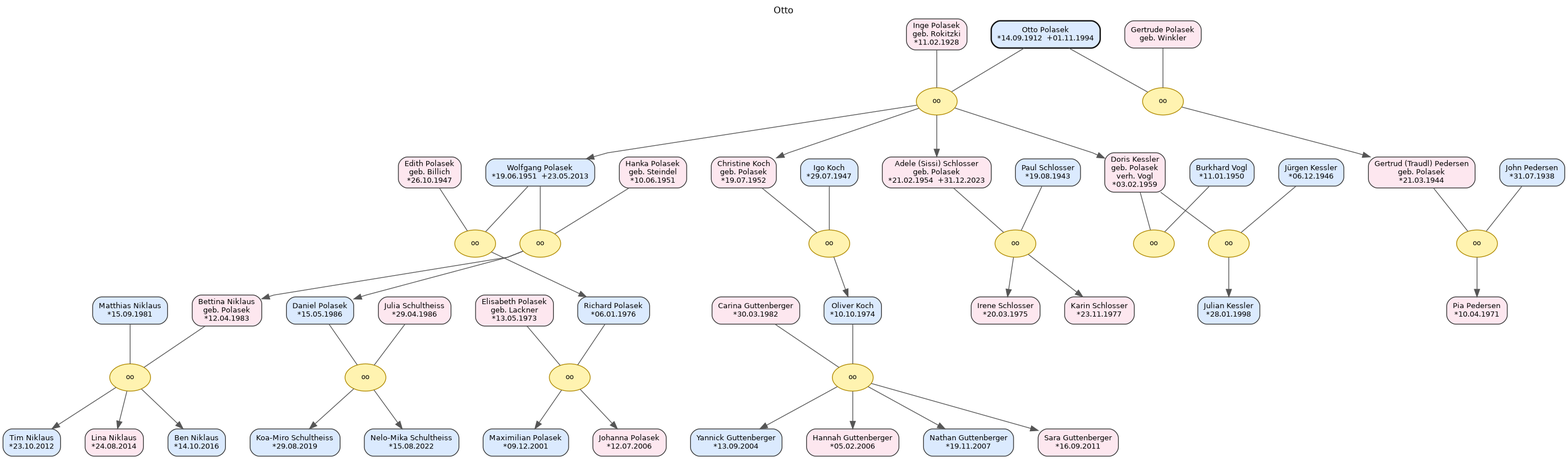
Konfusius16/Ahnentafel-Polasek keeps this Graphviz diagram as Otto_0_10.png. Above is the earlier version. Its source is kept beside it as Otto_0_10.dot.
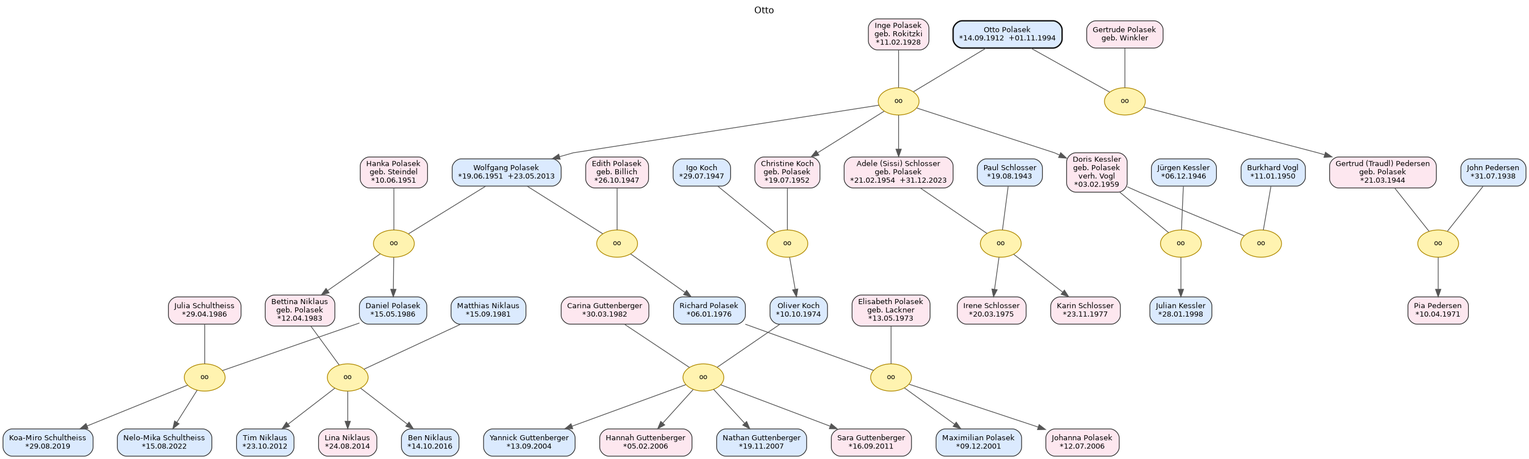
Later version of the same file.

Change to the diagram source:
```diff
@@ -3,229 +3,122 @@
 	graph [fontname="DejaVu Sans" fontsize=12 label=Otto labelloc=t]
 	node [color="#333333" fontname="DejaVu Sans" fontsize=10 shape=box style="rounded,filled"]
 	edge [color="#555555" fontname="DejaVu Sans"]
-	g2p16 [label="Nelo-Mika Schultheiss
-*15.08.2022" fillcolor="#dbeafe" id=P_g2p16]
-	pol16 [label="Christine Koch
+	g3p04 [label="Carina Guttenberger
+*30.03.1982" fillcolor="#fde7ef" id=P_g3p04]
+	polS06 [label="Igo Koch
+*29.07.1947" fillcolor="#dbeafe" id=P_polS06]
+	pol24 [label="Karin Schlosser
+*23.11.1977" fillcolor="#fde7ef" id=P_pol24]
+	g2p09 [label="Johanna Polasek
+*12.07.2006" fillcolor="#fde7ef" id=P_g2p09]
+	g3p07 [label="Nathan Guttenberger
+*19.11.2007" fillcolor="#dbeafe" id=P_g3p07]
+	pol23 [label="Irene Schlosser
+*20.03.1975" fillcolor="#fde7ef" id=P_pol23]
+	polS05 [label="Hanka Polasek
+geb. Steindel
+*10.06.1951" fillcolor="#fde7ef" id=P_polS05]
+	pol19 [label="Richard Polasek
+*06.01.1976" fillcolor="#dbeafe" id=P_pol19]
+	pol11 [label="Otto Polasek
+*14.09.1912  +01.11.1994" color="#111111" fillcolor="#dbeafe" id=P_pol11 penwidth=1.8]
+	g2p08 [label="Maximilian Polasek
+*09.12.2001" fillcolor="#dbeafe" id=P_g2p08]
+	pol14 [label="Gertrud (Traudl) Pedersen
 geb. Polasek
-*19.07.1952" fillcolor="#fde7ef" id=P_pol16]
+*21.03.1944" fillcolor="#fde7ef" id=P_pol14]
+	g2p13 [label="Ben Niklaus
+*14.10.2016" fillcolor="#dbeafe" id=P_g2p13]
 	pol21 [label="Daniel Polasek
 *15.05.1986" fillcolor="#dbeafe" id=P_pol21]
-	ped02 [label="Pia Pedersen
-*10.04.1971" fillcolor="#fde7ef" id=P_ped02]
+	g2p11 [label="Tim Niklaus
+*23.10.2012" fillcolor="#dbeafe" id=P_g2p11]
+	g2p07 [label="Elisabeth Polasek
+geb. Lackner
+*13.05.1973" fillcolor="#fde7ef" id=P_g2p07]
+	ped01 [label="John Pedersen
+*31.07.1938" fillcolor="#dbeafe" id=P_ped01]
+	polS03 [label="Inge Polasek
+geb. Rokitzki
+*11.02.1928" fillcolor="#fde7ef" id=P_polS03]
+	g3p06 [label="Hannah Guttenberger
+*05.02.2006" fillcolor="#fde7ef" id=P_g3p06]
+	pol25 [label="Julian Kessler
+*28.01.1998" fillcolor="#dbeafe" id=P_pol25]
 	pol20 [label="Bettina Niklaus
 geb. Polasek
 *12.04.1983" fillcolor="#fde7ef" id=P_pol20]
-	pol23 [label="Irene Schlosser
-*20.03.1975" fillcolor="#fde7ef" id=P_pol23]
-	g2p11 [label="Tim Niklaus
-*23.10.2012" fillcolor="#dbeafe" id=P_g2p11]
-	pol15 [label="Wolfgang Polasek
-*19.06.1951  +23.05.2013" fillcolor="#dbeafe" id=P_pol15]
-	polS07 [label="Paul Schlosser
-*19.08.1943" fillcolor="#dbeafe" id=P_polS07]
-	pol24 [label="Karin Schlosser
-*23.11.1977" fillcolor="#fde7ef" id=P_pol24]
+	g2p10 [label="Matthias Niklaus
+*15.09.1981" fillcolor="#dbeafe" id=P_g2p10]
+	g2p16 [label="Nelo-Mika Schultheiss
+*15.08.2022" fillcolor="#dbeafe" id=P_g2p16]
+	polS08 [label="Burkhard Vogl
+*11.01.1950" fillcolor="#dbeafe" id=P_polS08]
+	polS09 [label="Jürgen Kessler
+*06.12.1946" fillcolor="#dbeafe" id=P_polS09]
 	g2p14 [label="Julia Schultheiss
 *29.04.1986" fillcolor="#fde7ef" id=P_g2p14]
-	g2p08 [label="Maximilian Polasek
-*09.12.2001" fillcolor="#dbeafe" id=P_g2p08]
-	polS03 [label="Inge Polasek
-geb. Rokitzki
-*11.02.1928" fillcolor="#fde7ef" id=P_polS03]
-	g2p13 [label="Ben Niklaus
-*14.10.2016" fillcolor="#dbeafe" id=P_g2p13]
-	polS02 [label="Gertrude Polasek
-geb. Winkler" fillcolor="#fde7ef" id=P_polS02]
-	polS06 [label="Igo Koch
-*29.07.1947" fillcolor="#dbeafe" id=P_polS06]
-	pol19 [label="Richard Polasek
-*06.01.1976" fillcolor="#dbeafe" id=P_pol19]
-	g3p07 [label="Nathan Guttenberger
-*19.11.2007" fillcolor="#dbeafe" id=P_g3p07]
-	polS09 [label="Jürgen Kessler
-*06.12.1946" fillcolor="#dbeafe" id=P_polS09]
-	pol14 [label="Gertrud (Traudl) Pedersen
-geb. Polasek
-*21.03.1944" fillcolor="#fde7ef" id=P_pol14]
-	pol25 [label="Julian Kessler
-*28.01.1998" fillcolor="#dbeafe" id=P_pol25]
-	g2p09 [label="Johanna Polasek
-*12.07.2006" fillcolor="#fde7ef" id=P_g2p09]
-	g2p15 [label="Koa-Miro Schultheiss
-*29.08.2019" fillcolor="#dbeafe" id=P_g2p15]
+	ped02 [label="Pia Pedersen
+*10.04.1971" fillcolor="#fde7ef" id=P_ped02]
 	g2p12 [label="Lina Niklaus
 *24.08.2014" fillcolor="#fde7ef" id=P_g2p12]
-	polS04 [label="Edith Polasek
-geb. Billich
-*26.10.1947" fillcolor="#fde7ef" id=P_polS04]
-	pol22 [label="Oliver Koch
-*10.10.1974" fillcolor="#dbeafe" id=P_pol22]
-	g3p05 [label="Yannick Guttenberger
-*13.09.2004" fillcolor="#dbeafe" id=P_g3p05]
-	g2p10 [label="Matthias Niklaus
-*15.09.1981" fillcolor="#dbeafe" id=P_g2p10]
-	ped01 [label="John Pedersen
-*31.07.1938" fillcolor="#dbeafe" id=P_ped01]
 	pol18 [label="Doris Kessler
 geb. Polasek
 verh. Vogl
 *03.02.1959" fillcolor="#fde7ef" id=P_pol18]
-	g3p06 [label="Hannah Guttenberger
-*05.02.2006" fillcolor="#fde7ef" id=P_g3p06]
-	pol11 [label="Otto Polasek
-*14.09.1912  +01.11.1994" color="#111111" fillcolor="#dbeafe" id=P_pol11 penwidth=1.8]
-	g3p04 [label="Carina Guttenberger
-*30.03.1982" fillcolor="#fde7ef" id=P_g3p04]
 	pol17 [label="Adele (Sissi) Schlosser
 geb. Polasek
 *21.02.1954  +31.12.2023" fillcolor="#fde7ef" id=P_pol17]
-	polS08 [label="Burkhard Vogl
-*11.01.1950" fillcolor="#dbeafe" id=P_polS08]
-	g2p07 [label="Elisabeth Polasek
-geb. Lackner
-*13.05.1973" fillcolor="#fde7ef" id=P_g2p07]
-	polS05 [label="Hanka Polasek
-geb. Steindel
-*10.06.1951" fillcolor="#fde7ef" id=P_polS05]
+	g3p05 [label="Yannick Guttenberger
+*13.09.2004" fillcolor="#dbeafe" id=P_g3p05]
+	polS04 [label="Edith Polasek
+geb. Billich
+*26.10.1947" fillcolor="#fde7ef" id=P_polS04]
 	g3p08 [label="Sara Guttenberger
 *16.09.2011" fillcolor="#fde7ef" id=P_g3p08]
-	M_g3F2 [label=oo color="#b08900" fillcolor="#fff3b0" fontsize=9 id=M_g3F2 shape=ellipse style=filled]
-	subgraph rank_g3F2 {
-		rank=same
-		pol22
-		g3p04
-	}
-	pol22 -> g3p04 [constraint=true minlen=0 style=invis weight=3600]
-	pol22 -> M_g3F2 [dir=none minlen=1 weight=60]
-	g3p04 -> M_g3F2 [dir=none minlen=1 weight=60]
-	subgraph kids_g3F2 {
-		rank=same
-		g3p05
-		g3p06
-		g3p07
-		g3p08
-	}
-	M_g3F2 -> g3p05
-	M_g3F2 -> g3p06
-	M_g3F2 -> g3p07
-	M_g3F2 -> g3p08
-	g3p05 -> g3p06 [constraint=true minlen=0 style=invis weight=1400]
-	g3p06 -> g3p07 [constraint=true minlen=0 style=invis weight=1400]
-	g3p07 -> g3p08 [constraint=true minlen=0 style=invis weight=1400]
-	M_polF4 [label=oo color="#b08900" fillcolor="#fff3b0" fontsize=9 id=M_polF4 shape=ellipse style=filled]
-	subgraph rank_polF4 {
+	pol15 [label="Wolfgang Polasek
+*19.06.1951  +23.05.2013" fillcolor="#dbeafe" id=P_pol15]
+	polS02 [label="Gertrude Polasek
+geb. Winkler" fillcolor="#fde7ef" id=P_polS02]
+	g2p15 [label="Koa-Miro Schultheiss
+*29.08.2019" fillcolor="#dbeafe" id=P_g2p15]
+	pol22 [label="Oliver Koch
+*10.10.1974" fillcolor="#dbeafe" id=P_pol22]
+	pol16 [label="Christine Koch
+geb. Polasek
+*19.07.1952" fillcolor="#fde7ef" id=P_pol16]
+	polS07 [label="Paul Schlosser
+*19.08.1943" fillcolor="#dbeafe" id=P_polS07]
+	M_polF5 [label=oo color="#b08900" fillcolor="#fff3b0" fontsize=9 id=M_polF5 shape=ellipse style=filled]
+	subgraph rank_polF5 {
 		rank=same
 		pol15
-		polS04
+		polS05
 	}
-	pol15 -> polS04 [constraint=true minlen=0 style=invis weight=3600]
-	pol15 -> M_polF4 [dir=none minlen=1 weight=60]
-	polS04 -> M_polF4 [dir=none minlen=1 weight=60]
-	subgraph kids_polF4 {
+	pol15 -> polS05 [constraint=true minlen=0 style=invis weight=3600]
+	pol15 -> M_polF5 [dir=none minlen=1 weight=60]
+	polS05 -> M_polF5 [dir=none minlen=1 weight=60]
+	subgraph kids_polF5 {
 		rank=same
-		pol19
+		pol20
+		pol21
 	}
-	M_polF4 -> pol19
-	subgraph pair_pol19 {
+	M_polF5 -> pol20
+	M_polF5 -> pol21
+	pol20 -> pol21 [constraint=true minlen=0 style=invis weight=1400]
+	subgraph pair_pol20 {
 		rank=same
-		pol19
-		g2p07
+		pol20
+		g2p10
 	}
-	pol19 -> g2p07 [constraint=true minlen=0 style=invis weight=2600]
-	M_g2F3 [label=oo color="#b08900" fillcolor="#fff3b0" fontsize=9 id=M_g2F3 shape=ellipse style=filled]
-	subgraph rank_g2F3 {
-		rank=same
-		pol19
-		g2p07
-	}
-	pol19 -> g2p07 [constraint=true minlen=0 style=invis weight=3600]
-	pol19 -> M_g2F3 [dir=none minlen=1 weight=60]
-	g2p07 -> M_g2F3 [dir=none minlen=1 weight=60]
-	subgraph kids_g2F3 {
-		rank=same
-		g2p08
-		g2p09
-	}
-	M_g2F3 -> g2p08
-	M_g2F3 -> g2p09
-	g2p08 -> g2p09 [constraint=true minlen=0 style=invis weight=1400]
-	M_g2F5 [label=oo color="#b08900" fillcolor="#fff3b0" fontsize=9 id=M_g2F5 shape=ellipse style=filled]
-	subgraph rank_g2F5 {
+	g2p10 -> pol20 [constraint=true minlen=0 style=invis weight=2600]
+	pol20 -> pol21 [constraint=true minlen=0 style=invis weight=2000]
+	subgraph pair_pol21 {
 		rank=same
 		pol21
 		g2p14
 	}
-	pol21 -> g2p14 [constraint=true minlen=0 style=invis weight=3600]
-	pol21 -> M_g2F5 [dir=none minlen=1 weight=60]
-	g2p14 -> M_g2F5 [dir=none minlen=1 weight=60]
-	subgraph kids_g2F5 {
-		rank=same
-		g2p15
-		g2p16
-	}
-	M_g2F5 -> g2p15
-	M_g2F5 -> g2p16
-	g2p15 -> g2p16 [constraint=true minlen=0 style=invis weight=1400]
-	M_polF6 [label=oo color="#b08900" fillcolor="#fff3b0" fontsize=9 id=M_polF6 shape=ellipse style=filled]
-	subgraph rank_polF6 {
-		rank=same
-		polS06
-		pol16
-	}
-	polS06 -> pol16 [constraint=true minlen=0 style=invis weight=3600]
-	polS06 -> M_polF6 [dir=none minlen=1 weight=60]
-	pol16 -> M_polF6 [dir=none minlen=1 weight=60]
-	subgraph kids_polF6 {
-		rank=same
-		pol22
-	}
-	M_polF6 -> pol22
-	subgraph pair_pol22 {
-		rank=same
-		pol22
-		g3p04
-	}
-	pol22 -> g3p04 [constraint=true minlen=0 style=invis weight=2600]
-	M_polF9 [label=oo color="#b08900" fillcolor="#fff3b0" fontsize=9 id=M_polF9 shape=ellipse style=filled]
-	subgraph rank_polF9 {
-		rank=same
-		polS09
-		pol18
-	}
-	polS09 -> pol18 [constraint=true minlen=0 style=invis weight=3600]
-	polS09 -> M_polF9 [dir=none minlen=1 weight=60]
-	pol18 -> M_polF9 [dir=none minlen=1 weight=60]
-	subgraph kids_polF9 {
-		rank=same
-		pol25
-	}
-	M_polF9 -> pol25
-	M_polF7 [label=oo color="#b08900" fillcolor="#fff3b0" fontsize=9 id=M_polF7 shape=ellipse style=filled]
-	subgraph rank_polF7 {
-		rank=same
-		polS07
-		pol17
-	}
-	polS07 -> pol17 [constraint=true minlen=0 style=invis weight=3600]
-	polS07 -> M_polF7 [dir=none minlen=1 weight=60]
-	pol17 -> M_polF7 [dir=none minlen=1 weight=60]
-	subgraph kids_polF7 {
-		rank=same
-		pol23
-		pol24
-	}
-	M_polF7 -> pol23
-	M_polF7 -> pol24
-	pol23 -> pol24 [constraint=true minlen=0 style=invis weight=1400]
-	M_polF8 [label=oo color="#b08900" fillcolor="#fff3b0" fontsize=9 id=M_polF8 shape=ellipse style=filled]
-	subgraph rank_polF8 {
-		rank=same
-		polS08
-		pol18
-	}
-	polS08 -> pol18 [constraint=true minlen=0 style=invis weight=3600]
-	polS08 -> M_polF8 [dir=none minlen=1 weight=60]
-	pol18 -> M_polF8 [dir=none minlen=1 weight=60]
+	pol21 -> g2p14 [constraint=true minlen=0 style=invis weight=2600]
 	M_polF3 [label=oo color="#b08900" fillcolor="#fff3b0" fontsize=9 id=M_polF3 shape=ellipse style=filled]
 	subgraph rank_polF3 {
 		rank=same
@@ -276,36 +169,23 @@
 		polS08
 	}
 	polS08 -> pol18 [constraint=true minlen=0 style=invis weight=2600]
-	M_polF5 [label=oo color="#b08900" fillcolor="#fff3b0" fontsize=9 id=M_polF5 shape=ellipse style=filled]
-	subgraph rank_polF5 {
-		rank=same
-		pol15
-		polS05
-	}
-	pol15 -> polS05 [constraint=true minlen=0 style=invis weight=3600]
-	pol15 -> M_polF5 [dir=none minlen=1 weight=60]
-	polS05 -> M_polF5 [dir=none minlen=1 weight=60]
-	subgraph kids_polF5 {
-		rank=same
-		pol20
-		pol21
-	}
-	M_polF5 -> pol20
-	M_polF5 -> pol21
-	pol20 -> pol21 [constraint=true minlen=0 style=invis weight=1400]
-	subgraph pair_pol20 {
-		rank=same
-		pol20
-		g2p10
-	}
-	g2p10 -> pol20 [constraint=true minlen=0 style=invis weight=2600]
-	pol20 -> pol21 [constraint=true minlen=0 style=invis weight=2000]
-	subgraph pair_pol21 {
+	M_g2F5 [label=oo color="#b08900" fillcolor="#fff3b0" fontsize=9 id=M_g2F5 shape=ellipse style=filled]
+	subgraph rank_g2F5 {
 		rank=same
 		pol21
 		g2p14
 	}
-	pol21 -> g2p14 [constraint=true minlen=0 style=invis weight=2600]
+	pol21 -> g2p14 [constraint=true minlen=0 style=invis weight=3600]
+	pol21 -> M_g2F5 [dir=none minlen=1 weight=60]
+	g2p14 -> M_g2F5 [dir=none minlen=1 weight=60]
+	subgraph kids_g2F5 {
+		rank=same
+		g2p15
+		g2p16
+	}
+	M_g2F5 -> g2p15
+	M_g2F5 -> g2p16
+	g2p15 -> g2p16 [constraint=true minlen=0 style=invis weight=1400]
 	M_polF2 [label=oo color="#b08900" fillcolor="#fff3b0" fontsize=9 id=M_polF2 shape=ellipse style=filled]
 	subgraph rank_polF2 {
 		rank=same
@@ -326,6 +206,69 @@
 		ped01
 	}
 	ped01 -> pol14 [constraint=true minlen=0 style=invis weight=2600]
+	M_g3F2 [label=oo color="#b08900" fillcolor="#fff3b0" fontsize=9 id=M_g3F2 shape=ellipse style=filled]
+	subgraph rank_g3F2 {
+		rank=same
+		pol22
+		g3p04
+	}
+	pol22 -> g3p04 [constraint=true minlen=0 style=invis weight=3600]
+	pol22 -> M_g3F2 [dir=none minlen=1 weight=60]
+	g3p04 -> M_g3F2 [dir=none minlen=1 weight=60]
+	subgraph kids_g3F2 {
+		rank=same
+		g3p05
+		g3p06
+		g3p07
+		g3p08
+	}
+	M_g3F2 -> g3p05
+	M_g3F2 -> g3p06
+	M_g3F2 -> g3p07
+	M_g3F2 -> g3p08
+	g3p05 -> g3p06 [constraint=true minlen=0 style=invis weight=1400]
+	g3p06 -> g3p07 [constraint=true minlen=0 style=invis weight=1400]
+	g3p07 -> g3p08 [constraint=true minlen=0 style=invis weight=1400]
+	M_pedF1 [label=oo color="#b08900" fillcolor="#fff3b0" fontsize=9 id=M_pedF1 shape=ellipse style=filled]
+	subgraph rank_pedF1 {
+		rank=same
+		ped01
+		pol14
+	}
+	ped01 -> pol14 [constraint=true minlen=0 style=invis weight=3600]
+	ped01 -> M_pedF1 [dir=none minlen=1 weight=60]
+	pol14 -> M_pedF1 [dir=none minlen=1 weight=60]
+	subgraph kids_pedF1 {
+		rank=same
+		ped02
+	}
+	M_pedF1 -> ped02
+	M_g2F3 [label=oo color="#b08900" fillcolor="#fff3b0" fontsize=9 id=M_g2F3 shape=ellipse style=filled]
+	subgraph rank_g2F3 {
+		rank=same
+		pol19
+		g2p07
+	}
+	pol19 -> g2p07 [constraint=true minlen=0 style=invis weight=3600]
+	pol19 -> M_g2F3 [dir=none minlen=1 weight=60]
+	g2p07 -> M_g2F3 [dir=none minlen=1 weight=60]
+	subgraph kids_g2F3 {
+		rank=same
+		g2p08
+		g2p09
+	}
+	M_g2F3 -> g2p08
+	M_g2F3 -> g2p09
+	g2p08 -> g2p09 [constraint=true minlen=0 style=invis weight=1400]
+	M_polF8 [label=oo color="#b08900" fillcolor="#fff3b0" fontsize=9 id=M_polF8 shape=ellipse style=filled]
+	subgraph rank_polF8 {
+		rank=same
+		polS08
+		pol18
+	}
+	polS08 -> pol18 [constraint=true minlen=0 style=invis weight=3600]
+	polS08 -> M_polF8 [dir=none minlen=1 weight=60]
+	pol18 -> M_polF8 [dir=none minlen=1 weight=60]
 	M_g2F4 [label=oo color="#b08900" fillcolor="#fff3b0" fontsize=9 id=M_g2F4 shape=ellipse style=filled]
 	subgraph rank_g2F4 {
 		rank=same
@@ -346,20 +289,77 @@
 	M_g2F4 -> g2p13
 	g2p11 -> g2p12 [constraint=true minlen=0 style=invis weight=1400]
 	g2p12 -> g2p13 [constraint=true minlen=0 style=invis weight=1400]
-	M_pedF1 [label=oo color="#b08900" fillcolor="#fff3b0" fontsize=9 id=M_pedF1 shape=ellipse style=filled]
-	subgraph rank_pedF1 {
+	M_polF4 [label=oo color="#b08900" fillcolor="#fff3b0" fontsize=9 id=M_polF4 shape=ellipse style=filled]
+	subgraph rank_polF4 {
 		rank=same
-		ped01
-		pol14
+		pol15
+		polS04
 	}
-	ped01 -> pol14 [constraint=true minlen=0 style=invis weight=3600]
-	ped01 -> M_pedF1 [dir=none minlen=1 weight=60]
-	pol14 -> M_pedF1 [dir=none minlen=1 weight=60]
-	subgraph kids_pedF1 {
+	pol15 -> polS04 [constraint=true minlen=0 style=invis weight=3600]
+	pol15 -> M_polF4 [dir=none minlen=1 weight=60]
+	polS04 -> M_polF4 [dir=none minlen=1 weight=60]
+	subgraph kids_polF4 {
 		rank=same
-		ped02
+		pol19
 	}
-	M_pedF1 -> ped02
+	M_polF4 -> pol19
+	subgraph pair_pol19 {
+		rank=same
+		pol19
+		g2p07
+	}
+	pol19 -> g2p07 [constraint=true minlen=0 style=invis weight=2600]
+	M_polF9 [label=oo color="#b08900" fillcolor="#fff3b0" fontsize=9 id=M_polF9 shape=ellipse style=filled]
+	subgraph rank_polF9 {
+		rank=same
+		polS09
+		pol18
+	}
+	polS09 -> pol18 [constraint=true minlen=0 style=invis weight=3600]
+	polS09 -> M_polF9 [dir=none minlen=1 weight=60]
+	pol18 -> M_polF9 [dir=none minlen=1 weight=60]
+	subgraph kids_polF9 {
+		rank=same
+		pol25
+	}
+	M_polF9 -> pol25
+	M_polF7 [label=oo color="#b08900" fillcolor="#fff3b0" fontsize=9 id=M_polF7 shape=ellipse style=filled]
+	subgraph rank_polF7 {
+		rank=same
+		polS07
+		pol17
+	}
+	polS07 -> pol17 [constraint=true minlen=0 style=invis weight=3600]
+	polS07 -> M_polF7 [dir=none minlen=1 weight=60]
+	pol17 -> M_polF7 [dir=none minlen=1 weight=60]
+	subgraph kids_polF7 {
+		rank=same
+		pol23
+		pol24
+	}
+	M_polF7 -> pol23
+	M_polF7 -> pol24
+	pol23 -> pol24 [constraint=true minlen=0 style=invis weight=1400]
+	M_polF6 [label=oo color="#b08900" fillcolor="#fff3b0" fontsize=9 id=M_polF6 shape=ellipse style=filled]
+	subgraph rank_polF6 {
+		rank=same
+		polS06
+		pol16
+	}
+	polS06 -> pol16 [constraint=true minlen=0 style=invis weight=3600]
+	polS06 -> M_polF6 [dir=none minlen=1 weight=60]
+	pol16 -> M_polF6 [dir=none minlen=1 weight=60]
+	subgraph kids_polF6 {
+		rank=same
+		pol22
+	}
+	M_polF6 -> pol22
+	subgraph pair_pol22 {
+		rank=same
+		pol22
+		g3p04
+	}
+	pol22 -> g3p04 [constraint=true minlen=0 style=invis weight=2600]
 	subgraph gen_0 {
 		rank=same
 		pol11
```
